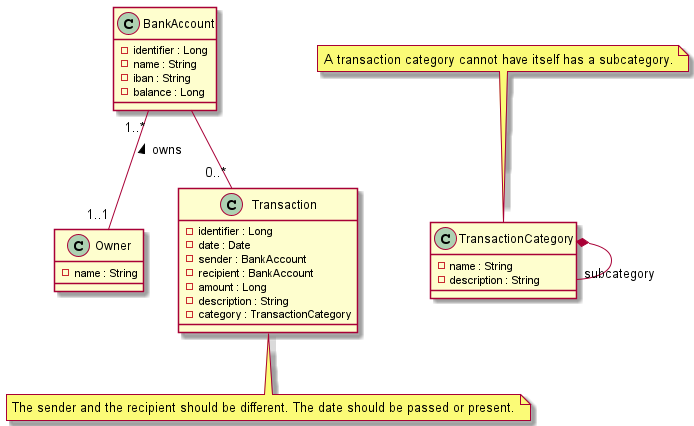
This is service/docs/model/diagrams/class-diagram.png from lfarci/personal-finance, a PlantUML export, as it was before one commit.
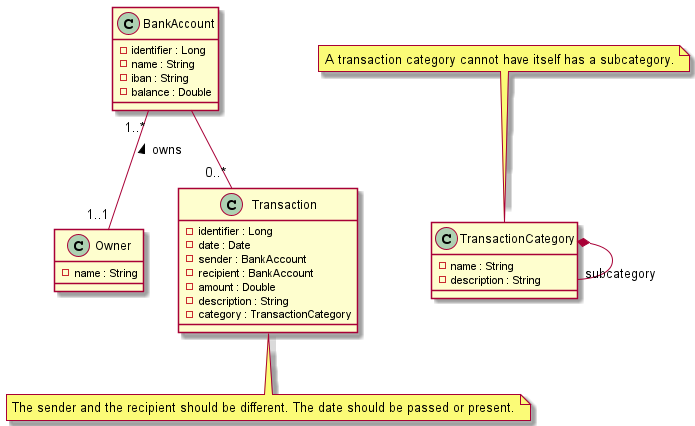
After the commit.

Change to the diagram source:
```diff
@@ -7,7 +7,7 @@
     - identifier : Long
     - name : String
     - iban : String
-    - balance : Long
+    - balance : Double
 }
 
 class Transaction {
@@ -15,7 +15,7 @@
     - date : Date
     - sender : BankAccount
     - recipient : BankAccount
-    - amount : Long
+    - amount : Double
     - description : String
     - category : TransactionCategory
 }
```
